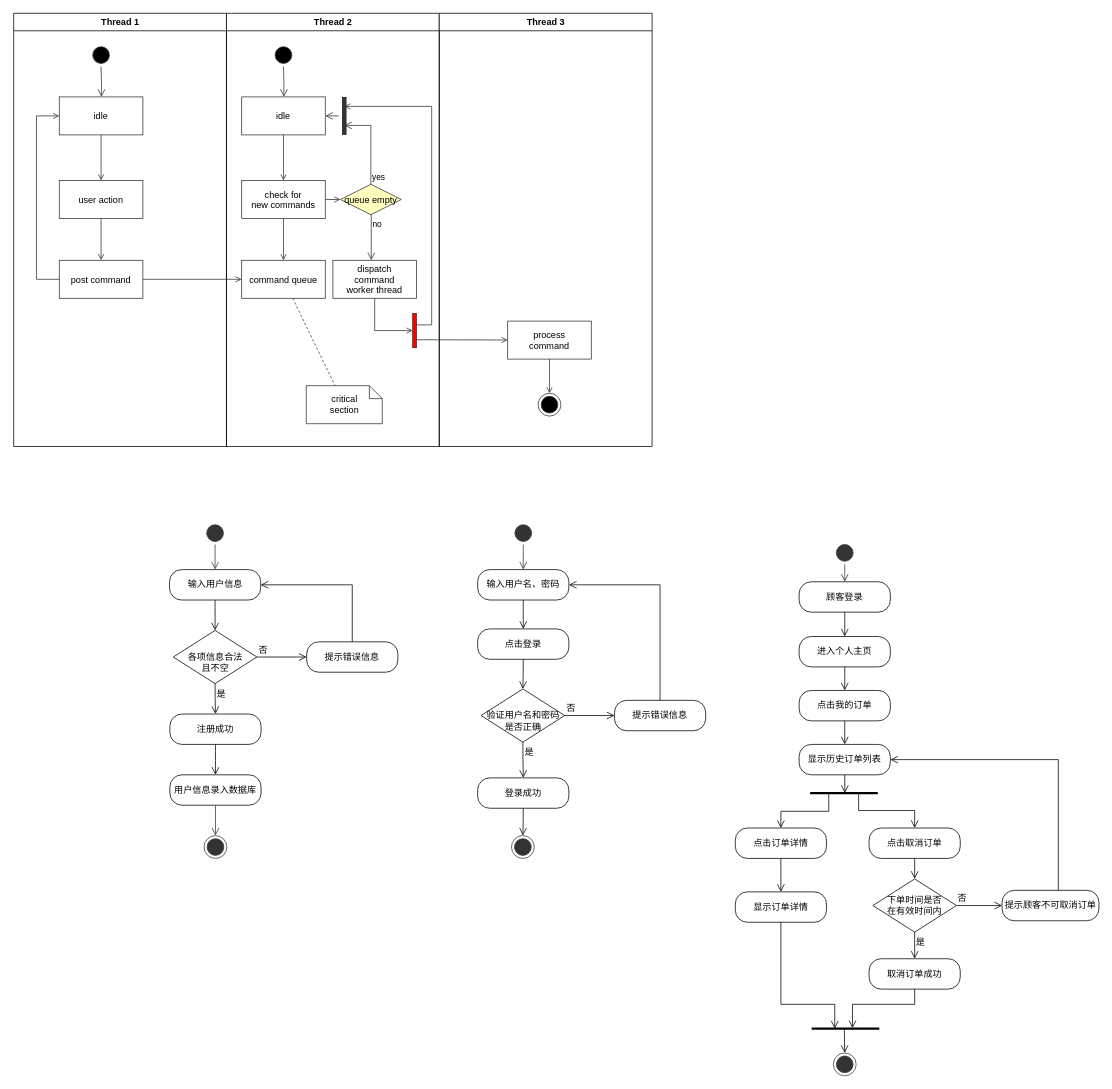
Before: 数据库子功能流程图.drawio in guokaichina/database-ER, a draw.io diagram. Source tidied: cells renumbered, new cells numbered last; positions are measured from the earlier drawing's top-left corner, leaving out a move shared by most shapes. Both pictures are drawn from the tidied source at 76%, with x=0, y=0 at pixel (13, 13).
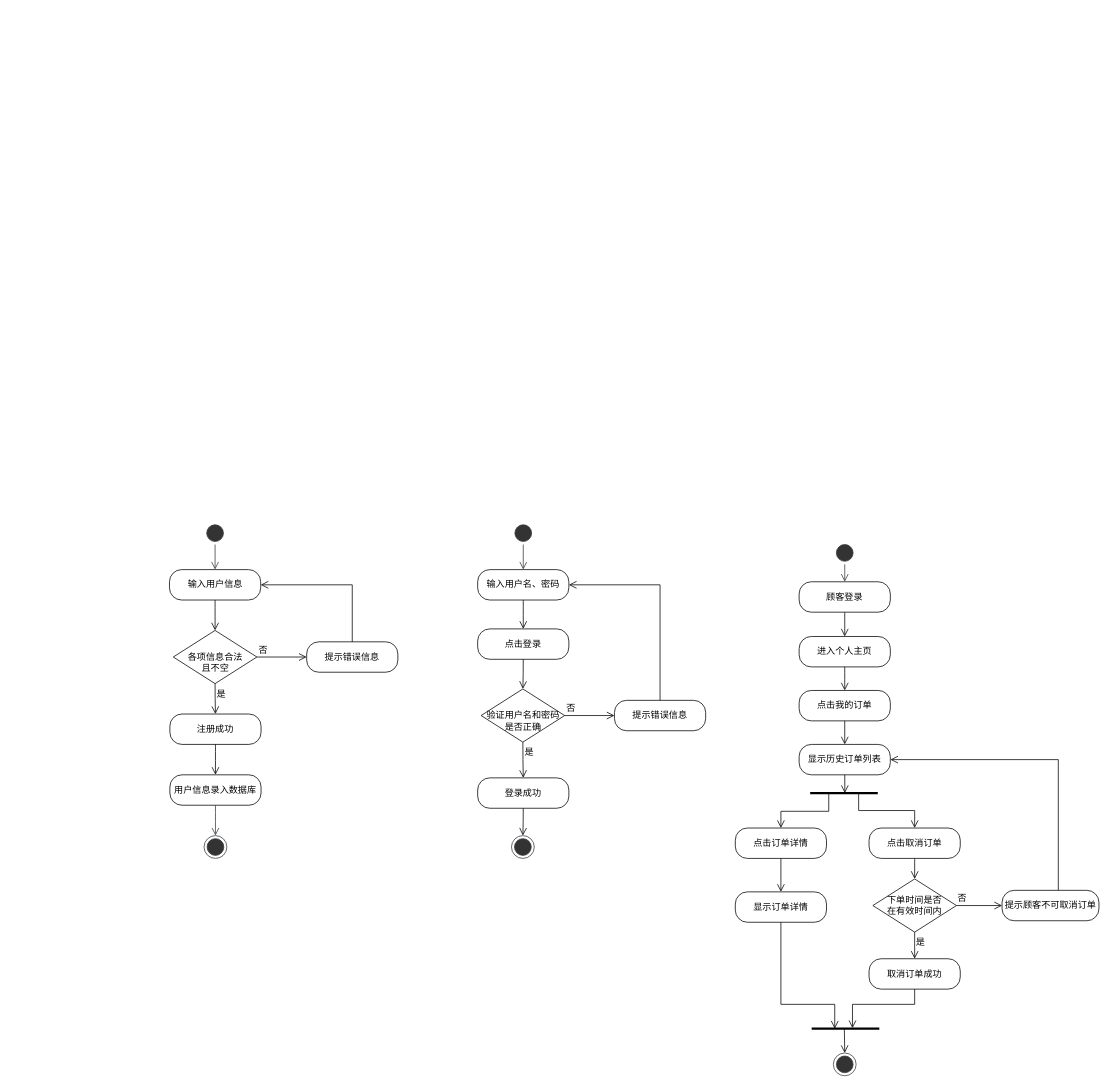
The same diagram, later.

Commit message (it also covers changes not shown here):
更新数据库子功能流程图.drawio

Diff of the diagram source:
```diff
@@
-    <mxCell id="2" value="Thread 1" style="swimlane;whiteSpace=wrap;" parent="1" vertex="1">
-      <mxGeometry x="0.5" width="280" height="570" as="geometry" />
-    </mxCell>
-    <mxCell id="3" style="ellipse;shape=startState;fillColor=#000000;strokeColor=#333333;" parent="2" vertex="1">
-      <mxGeometry x="100" y="40" width="30" height="30" as="geometry" />
-    </mxCell>
-    <mxCell id="4" style="edgeStyle=elbowEdgeStyle;elbow=horizontal;verticalAlign=bottom;endArrow=open;endSize=8;strokeColor=#333333;endFill=1;rounded=0;" parent="2" edge="1" source="3" target="5">
-      <mxGeometry x="100" y="40" as="geometry" />
-    </mxCell>
-    <mxCell id="5" value="idle" style="strokeColor=#333333;" parent="2" vertex="1">
-      <mxGeometry x="60" y="110" width="110" height="50" as="geometry" />
-    </mxCell>
-    <mxCell id="6" value="user action" style="strokeColor=#333333;" parent="2" vertex="1">
-      <mxGeometry x="60" y="220" width="110" height="50" as="geometry" />
-    </mxCell>
-    <mxCell id="7" style="endArrow=open;strokeColor=#333333;endFill=1;rounded=0;" parent="2" edge="1" source="5" target="6">
-      <mxGeometry relative="1" as="geometry" />
-    </mxCell>
-    <mxCell id="8" value="post command" style="strokeColor=#333333;" parent="2" vertex="1">
-      <mxGeometry x="60" y="325" width="110" height="50" as="geometry" />
-    </mxCell>
-    <mxCell id="9" style="endArrow=open;strokeColor=#333333;endFill=1;rounded=0;" parent="2" edge="1" source="6" target="8">
-      <mxGeometry relative="1" as="geometry" />
-    </mxCell>
-    <mxCell id="10" style="edgeStyle=elbowEdgeStyle;elbow=horizontal;strokeColor=#333333;endArrow=open;endFill=1;rounded=0;" parent="2" edge="1" source="8" target="5">
-      <mxGeometry relative="1" as="geometry">
-        <Array as="points">
-          <mxPoint x="30" y="250" />
-        </Array>
-      </mxGeometry>
-    </mxCell>
-    <mxCell id="11" value="Thread 2" style="swimlane;whiteSpace=wrap;" parent="1" vertex="1">
-      <mxGeometry x="280.5" width="280" height="570" as="geometry" />
-    </mxCell>
-    <mxCell id="12" style="ellipse;shape=startState;fillColor=#000000;strokeColor=#333333;" parent="11" vertex="1">
-      <mxGeometry x="60" y="40" width="30" height="30" as="geometry" />
-    </mxCell>
-    <mxCell id="13" style="edgeStyle=elbowEdgeStyle;elbow=horizontal;verticalAlign=bottom;endArrow=open;endSize=8;strokeColor=#333333;endFill=1;rounded=0;" parent="11" edge="1" source="12" target="14">
-      <mxGeometry x="40" y="20" as="geometry" />
-    </mxCell>
-    <mxCell id="14" value="idle" style="strokeColor=#333333;" parent="11" vertex="1">
-      <mxGeometry x="20" y="110" width="110" height="50" as="geometry" />
-    </mxCell>
-    <mxCell id="15" value="check for &#10;new commands" style="strokeColor=#333333;" parent="11" vertex="1">
-      <mxGeometry x="20" y="220" width="110" height="50" as="geometry" />
-    </mxCell>
-    <mxCell id="16" style="endArrow=open;strokeColor=#333333;endFill=1;rounded=0;" parent="11" edge="1" source="14" target="15">
-      <mxGeometry relative="1" as="geometry" />
-    </mxCell>
-    <mxCell id="17" value="command queue" style="strokeColor=#333333;" parent="11" vertex="1">
-      <mxGeometry x="20" y="325" width="110" height="50" as="geometry" />
-    </mxCell>
-    <mxCell id="18" style="endArrow=open;strokeColor=#333333;endFill=1;rounded=0;" parent="11" edge="1" source="15" target="17">
-      <mxGeometry relative="1" as="geometry" />
-    </mxCell>
-    <mxCell id="19" value="queue empty" style="rhombus;fillColor=#ffffc0;strokeColor=#333333;" parent="11" vertex="1">
-      <mxGeometry x="150" y="225" width="80" height="40" as="geometry" />
-    </mxCell>
-    <mxCell id="20" value="yes" style="edgeStyle=elbowEdgeStyle;elbow=horizontal;align=left;verticalAlign=bottom;endArrow=open;endSize=8;strokeColor=#333333;exitX=0.5;exitY=0;endFill=1;rounded=0;entryX=0.75;entryY=0.5;entryPerimeter=0;" parent="11" edge="1" source="19" target="23">
-      <mxGeometry x="-1" relative="1" as="geometry">
-        <Array as="points">
-          <mxPoint x="190" y="180" />
-        </Array>
-      </mxGeometry>
-    </mxCell>
-    <mxCell id="21" value="no" style="edgeStyle=elbowEdgeStyle;elbow=horizontal;align=left;verticalAlign=top;endArrow=open;endSize=8;strokeColor=#333333;endFill=1;rounded=0;" parent="11" edge="1" source="19" target="25">
-      <mxGeometry x="-1" relative="1" as="geometry" />
-    </mxCell>
-    <mxCell id="22" style="endArrow=open;strokeColor=#333333;endFill=1;rounded=0;" parent="11" edge="1" source="15" target="19">
-      <mxGeometry relative="1" as="geometry" />
-    </mxCell>
-    <mxCell id="23" style="shape=line;strokeWidth=6;strokeColor=#333333;rotation=90;" parent="11" vertex="1">
-      <mxGeometry x="130" y="127.5" width="50" height="15" as="geometry" />
-    </mxCell>
-    <mxCell id="24" style="edgeStyle=elbowEdgeStyle;elbow=horizontal;verticalAlign=bottom;endArrow=open;endSize=8;strokeColor=#333333;endFill=1;rounded=0;" parent="11" edge="1" source="23" target="14">
-      <mxGeometry x="130" y="90" as="geometry" />
-    </mxCell>
-    <mxCell id="25" value="dispatch&#10;command&#10;worker thread" style="strokeColor=#333333;" parent="11" vertex="1">
-      <mxGeometry x="140" y="325" width="110" height="50" as="geometry" />
-    </mxCell>
-    <mxCell id="26" value="critical&#10;section" style="shape=note;whiteSpace=wrap;size=17;strokeColor=#333333;" parent="11" vertex="1">
-      <mxGeometry x="105" y="490" width="100" height="50" as="geometry" />
-    </mxCell>
-    <mxCell id="27" style="endArrow=none;strokeColor=#333333;endFill=0;rounded=0;dashed=1;" parent="11" edge="1" source="17" target="26">
-      <mxGeometry relative="1" as="geometry" />
-    </mxCell>
-    <mxCell id="28" style="whiteSpace=wrap;strokeColor=#333333;fillColor=#FF0000;" parent="11" vertex="1">
-      <mxGeometry x="245" y="395" width="5" height="45" as="geometry" />
-    </mxCell>
-    <mxCell id="29" style="edgeStyle=elbowEdgeStyle;elbow=horizontal;entryX=0;entryY=0.5;strokeColor=#333333;endArrow=open;endFill=1;rounded=0;" parent="11" edge="1" source="25" target="28">
-      <mxGeometry relative="1" as="geometry">
-        <Array as="points">
-          <mxPoint x="195" y="400" />
-        </Array>
-      </mxGeometry>
-    </mxCell>
-    <mxCell id="30" value="Thread 3" style="swimlane;whiteSpace=wrap;" parent="1" vertex="1">
-      <mxGeometry x="560.5" width="280" height="570" as="geometry" />
-    </mxCell>
-    <mxCell id="31" value="process&#10;command" style="strokeColor=#333333;" parent="30" vertex="1">
-      <mxGeometry x="90" y="405" width="110" height="50" as="geometry" />
-    </mxCell>
-    <mxCell id="32" style="edgeStyle=elbowEdgeStyle;elbow=horizontal;strokeColor=#333333;endArrow=open;endFill=1;rounded=0;entryX=0.25;entryY=0.5;entryPerimeter=0;" parent="30" edge="1" target="23">
-      <mxGeometry relative="1" as="geometry">
-        <mxPoint x="-30" y="410" as="sourcePoint" />
-        <Array as="points">
-          <mxPoint x="-10" y="135" />
-        </Array>
-      </mxGeometry>
-    </mxCell>
-    <mxCell id="33" style="edgeStyle=none;strokeColor=#333333;endArrow=open;endFill=1;rounded=0;" parent="30" edge="1" target="31">
-      <mxGeometry relative="1" as="geometry">
-        <mxPoint x="-30" y="429.5" as="sourcePoint" />
-      </mxGeometry>
-    </mxCell>
-    <mxCell id="34" style="ellipse;shape=endState;fillColor=#000000;strokeColor=#333333;" parent="30" vertex="1">
-      <mxGeometry x="130" y="500" width="30" height="30" as="geometry" />
-    </mxCell>
-    <mxCell id="35" style="endArrow=open;strokeColor=#333333;endFill=1;rounded=0;" parent="30" edge="1" source="31" target="34">
-      <mxGeometry relative="1" as="geometry" />
-    </mxCell>
-    <mxCell id="36" style="endArrow=open;strokeColor=#333333;endFill=1;rounded=0;" parent="1" edge="1" source="8" target="17">
-      <mxGeometry relative="1" as="geometry" />
-    </mxCell>
```
